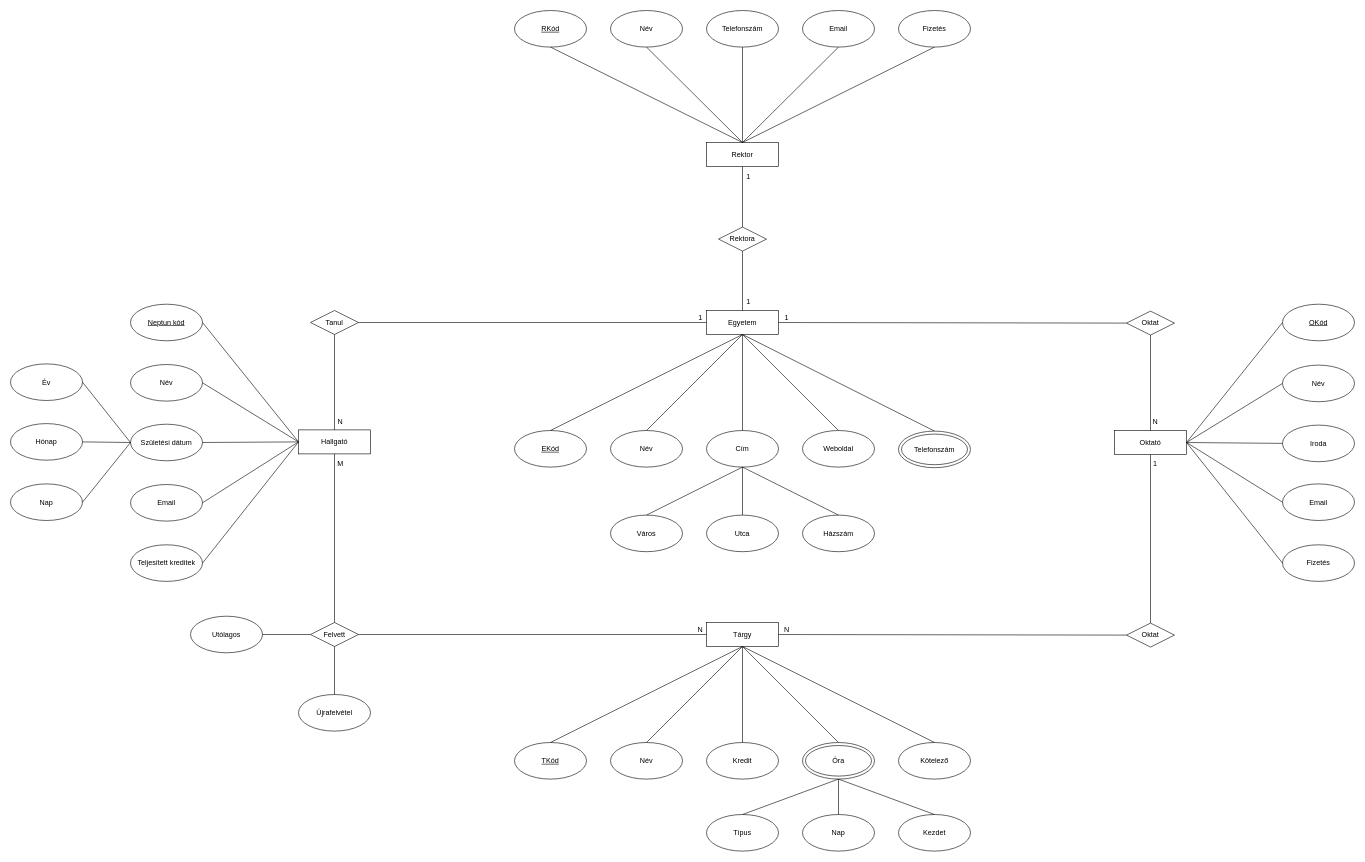
MihalyGergoOY6ICJ/OY6ICJWebXML keeps this draw.io diagram as OY6ICJ_XMLTask/1. feladat/OY6ICJ_ER.drawio. Above is the earlier version. Source tidied: cells renumbered, new cells numbered last; positions are measured from the earlier drawing's top-left corner, leaving out a move shared by most shapes. Both pictures are drawn from the tidied source at 60%, with x=0, y=0 at pixel (10, 10).
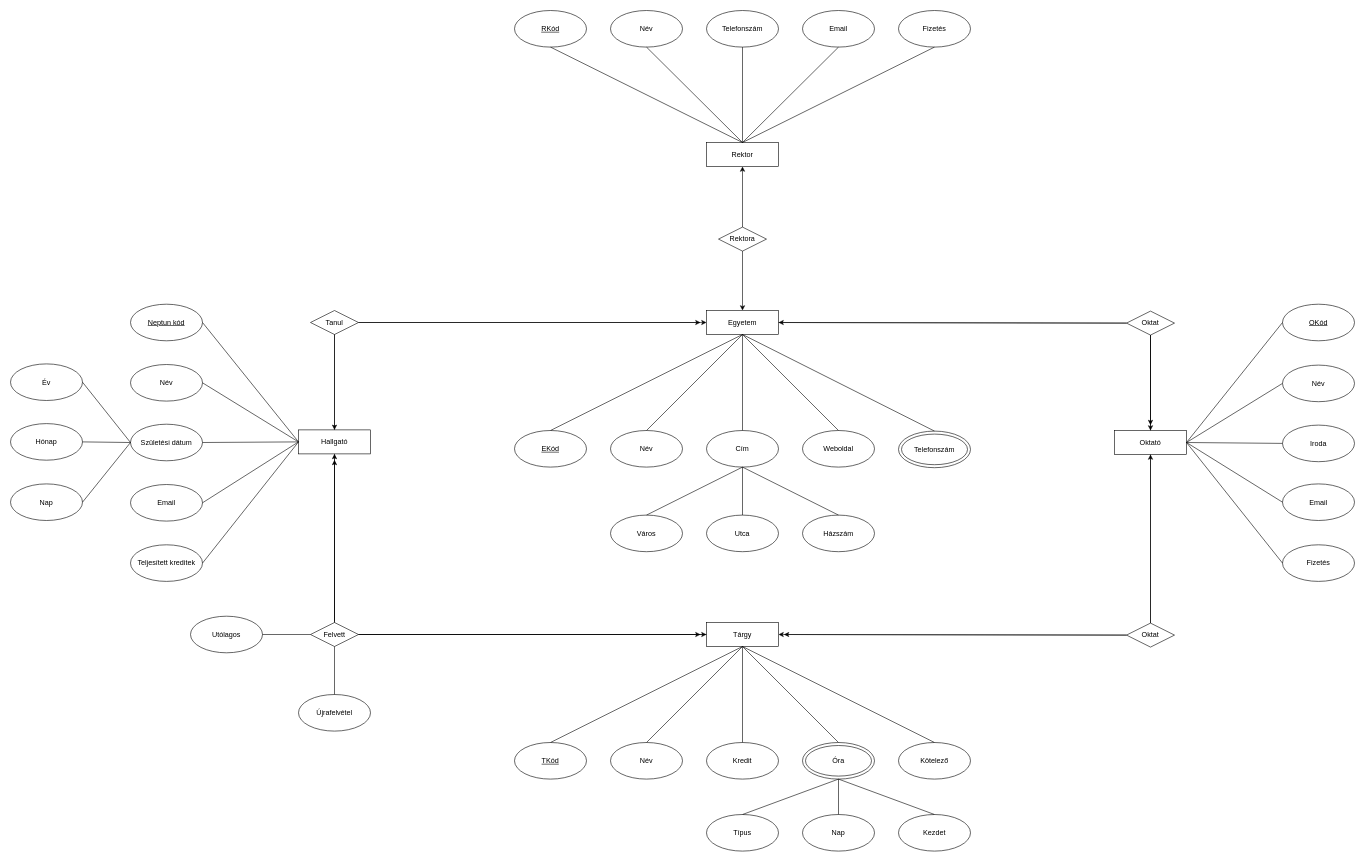
Above is the later version.

Commit message (it also covers changes not shown here):
fixed er, xdm, xsd

Unchanged cells that the change refers to:
```xml
<mxCell id="2" value="Hallgató" style="rounded=0;whiteSpace=wrap;html=1;" parent="1" vertex="1">
  <mxGeometry x="480" y="699" width="120" height="40" as="geometry" />
</mxCell>
<mxCell id="3" value="Tárgy" style="rounded=0;whiteSpace=wrap;html=1;" parent="1" vertex="1">
  <mxGeometry x="1160" y="1020" width="120" height="40" as="geometry" />
</mxCell>
<mxCell id="4" value="Felvett" style="rhombus;whiteSpace=wrap;html=1;" parent="1" vertex="1">
  <mxGeometry x="500" y="1020" width="80" height="40" as="geometry" />
</mxCell>
<mxCell id="9" value="Egyetem" style="rounded=0;whiteSpace=wrap;html=1;" parent="1" vertex="1">
  <mxGeometry x="1160" y="500" width="120" height="40" as="geometry" />
</mxCell>
<mxCell id="10" value="Tanul" style="rhombus;whiteSpace=wrap;html=1;" parent="1" vertex="1">
  <mxGeometry x="500" y="500" width="80" height="40" as="geometry" />
</mxCell>
<mxCell id="16" value="Oktató" style="rounded=0;whiteSpace=wrap;html=1;" parent="1" vertex="1">
  <mxGeometry x="1840" y="700" width="120" height="40" as="geometry" />
</mxCell>
<mxCell id="17" value="Oktat" style="rhombus;whiteSpace=wrap;html=1;" parent="1" vertex="1">
  <mxGeometry x="1860" y="501" width="80" height="40" as="geometry" />
</mxCell>
<mxCell id="18" value="Oktat" style="rhombus;whiteSpace=wrap;html=1;" parent="1" vertex="1">
  <mxGeometry x="1860" y="1021" width="80" height="40" as="geometry" />
</mxCell>
<mxCell id="26" value="Rektor" style="rounded=0;whiteSpace=wrap;html=1;" parent="1" vertex="1">
  <mxGeometry x="1160" y="220" width="120" height="40" as="geometry" />
</mxCell>
<mxCell id="27" value="Rektora" style="rhombus;whiteSpace=wrap;html=1;" parent="1" vertex="1">
  <mxGeometry x="1180" y="361" width="80" height="40" as="geometry" />
</mxCell>
```

Change to the diagram source:
```diff
@@
-    <mxCell id="7" value="N" style="text;html=1;whiteSpace=wrap;strokeColor=none;fillColor=none;align=center;verticalAlign=middle;rounded=0;" parent="1" vertex="1">
-      <mxGeometry x="1120" y="1018" width="60" height="30" as="geometry" />
-    </mxCell>
-    <mxCell id="8" value="M" style="text;html=1;whiteSpace=wrap;strokeColor=none;fillColor=none;align=center;verticalAlign=middle;rounded=0;" parent="1" vertex="1">
-      <mxGeometry x="520" y="740" width="60" height="30" as="geometry" />
-    </mxCell>
@@
-    <mxCell id="12" style="endArrow=none;html=1;rounded=0;exitX=1;exitY=0.5;exitDx=0;exitDy=0;entryX=0;entryY=0.5;entryDx=0;entryDy=0;" parent="1" edge="1" source="10" target="9">
-      <mxGeometry relative="1" as="geometry" />
-    </mxCell>
-    <mxCell id="13" value="N" style="text;html=1;whiteSpace=wrap;strokeColor=none;fillColor=none;align=center;verticalAlign=middle;rounded=0;" parent="1" vertex="1">
-      <mxGeometry x="520" y="670" width="60" height="30" as="geometry" />
-    </mxCell>
-    <mxCell id="14" value="1" style="text;html=1;whiteSpace=wrap;strokeColor=none;fillColor=none;align=center;verticalAlign=middle;rounded=0;" parent="1" vertex="1">
-      <mxGeometry x="1120" y="498" width="60" height="30" as="geometry" />
-    </mxCell>
@@
-    <mxCell id="21" style="endArrow=none;html=1;rounded=0;exitX=1;exitY=0.5;exitDx=0;exitDy=0;entryX=0;entryY=0.5;entryDx=0;entryDy=0;" parent="1" edge="1" source="3" target="18">
-      <mxGeometry relative="1" as="geometry" />
-    </mxCell>
-    <mxCell id="22" value="N" style="text;html=1;whiteSpace=wrap;strokeColor=none;fillColor=none;align=center;verticalAlign=middle;rounded=0;" parent="1" vertex="1">
-      <mxGeometry x="1264" y="1018" width="60" height="30" as="geometry" />
-    </mxCell>
-    <mxCell id="23" value="1" style="text;html=1;whiteSpace=wrap;strokeColor=none;fillColor=none;align=center;verticalAlign=middle;rounded=0;" parent="1" vertex="1">
-      <mxGeometry x="1878" y="741" width="60" height="30" as="geometry" />
-    </mxCell>
-    <mxCell id="24" value="1" style="text;html=1;whiteSpace=wrap;strokeColor=none;fillColor=none;align=center;verticalAlign=middle;rounded=0;" parent="1" vertex="1">
-      <mxGeometry x="1264" y="498" width="60" height="30" as="geometry" />
-    </mxCell>
-    <mxCell id="25" value="N" style="text;html=1;whiteSpace=wrap;strokeColor=none;fillColor=none;align=center;verticalAlign=middle;rounded=0;" parent="1" vertex="1">
-      <mxGeometry x="1878" y="671" width="60" height="30" as="geometry" />
-    </mxCell>
@@
-    <mxCell id="28" style="endArrow=none;html=1;rounded=0;entryX=0.5;entryY=1;entryDx=0;entryDy=0;exitX=0.5;exitY=0;exitDx=0;exitDy=0;" parent="1" edge="1" source="9" target="27">
-      <mxGeometry relative="1" as="geometry" />
-    </mxCell>
-    <mxCell id="29" style="endArrow=none;html=1;rounded=0;entryX=0.5;entryY=1;entryDx=0;entryDy=0;exitX=0.5;exitY=0;exitDx=0;exitDy=0;" parent="1" edge="1" source="27" target="26">
-      <mxGeometry relative="1" as="geometry" />
-    </mxCell>
-    <mxCell id="30" value="1" style="text;html=1;whiteSpace=wrap;strokeColor=none;fillColor=none;align=center;verticalAlign=middle;rounded=0;" parent="1" vertex="1">
-      <mxGeometry x="1200" y="471" width="60" height="30" as="geometry" />
-    </mxCell>
-    <mxCell id="31" value="1" style="text;html=1;whiteSpace=wrap;strokeColor=none;fillColor=none;align=center;verticalAlign=middle;rounded=0;" parent="1" vertex="1">
-      <mxGeometry x="1200" y="262" width="60" height="30" as="geometry" />
-    </mxCell>
@@
+    <mxCell id="29" style="endArrow=classic;html=1;rounded=0;entryX=0.5;entryY=1;entryDx=0;entryDy=0;exitX=0.5;exitY=0;exitDx=0;exitDy=0;" parent="1" edge="1" source="27" target="26">
+      <mxGeometry relative="1" as="geometry" />
+    </mxCell>
+    <mxCell id="106" style="endArrow=classic;html=1;rounded=0;entryX=0.5;entryY=0;entryDx=0;entryDy=0;exitX=0.5;exitY=1;exitDx=0;exitDy=0;" parent="1" edge="1" source="27" target="9">
+      <mxGeometry relative="1" as="geometry" />
+    </mxCell>
+    <mxCell id="12" style="endArrow=classic;html=1;rounded=0;exitX=1;exitY=0.5;exitDx=0;exitDy=0;entryX=0;entryY=0.5;entryDx=0;entryDy=0;" parent="1" edge="1" source="10" target="9">
+      <mxGeometry relative="1" as="geometry" />
+    </mxCell>
+    <mxCell id="107" style="endArrow=classic;html=1;rounded=0;exitX=0;exitY=0.5;exitDx=0;exitDy=0;entryX=1;entryY=0.5;entryDx=0;entryDy=0;" parent="1" edge="1" source="18" target="3">
+      <mxGeometry relative="1" as="geometry" />
+    </mxCell>
+    <mxCell id="108" style="endArrow=classic;html=1;rounded=0;exitX=0;exitY=0.5;exitDx=0;exitDy=0;" parent="1" edge="1" source="18">
+      <mxGeometry relative="1" as="geometry">
+        <mxPoint x="1289" y="1040" as="targetPoint" />
+      </mxGeometry>
+    </mxCell>
+    <mxCell id="109" style="endArrow=classic;html=1;rounded=0;exitX=0.5;exitY=0;exitDx=0;exitDy=0;entryX=0.5;entryY=1;entryDx=0;entryDy=0;" parent="1" edge="1" source="18" target="16">
+      <mxGeometry relative="1" as="geometry" />
+    </mxCell>
+    <mxCell id="110" style="endArrow=classic;html=1;rounded=0;exitX=1;exitY=0.5;exitDx=0;exitDy=0;" parent="1" edge="1" source="4">
+      <mxGeometry relative="1" as="geometry">
+        <mxPoint x="1160" y="1040" as="targetPoint" />
+      </mxGeometry>
+    </mxCell>
+    <mxCell id="111" style="endArrow=classic;html=1;rounded=0;exitX=1;exitY=0.5;exitDx=0;exitDy=0;" parent="1" edge="1" source="4">
+      <mxGeometry relative="1" as="geometry">
+        <mxPoint x="1150" y="1040" as="targetPoint" />
+      </mxGeometry>
+    </mxCell>
+    <mxCell id="112" style="endArrow=classic;html=1;rounded=0;exitX=0.5;exitY=0;exitDx=0;exitDy=0;entryX=0.5;entryY=1;entryDx=0;entryDy=0;" parent="1" edge="1" source="4" target="2">
+      <mxGeometry relative="1" as="geometry" />
+    </mxCell>
+    <mxCell id="113" style="endArrow=classic;html=1;rounded=0;exitX=0.5;exitY=0;exitDx=0;exitDy=0;" parent="1" edge="1">
+      <mxGeometry relative="1" as="geometry">
+        <mxPoint x="540" y="1018" as="sourcePoint" />
+        <mxPoint x="540" y="749" as="targetPoint" />
+      </mxGeometry>
+    </mxCell>
+    <mxCell id="114" style="endArrow=classic;html=1;rounded=0;exitX=0.5;exitY=1;exitDx=0;exitDy=0;entryX=0.5;entryY=0;entryDx=0;entryDy=0;" parent="1" edge="1" source="10" target="2">
+      <mxGeometry relative="1" as="geometry" />
+    </mxCell>
+    <mxCell id="115" style="endArrow=classic;html=1;rounded=0;exitX=1;exitY=0.5;exitDx=0;exitDy=0;" parent="1" edge="1" source="10">
+      <mxGeometry relative="1" as="geometry">
+        <mxPoint x="1150" y="520" as="targetPoint" />
+      </mxGeometry>
+    </mxCell>
+    <mxCell id="116" style="endArrow=classic;html=1;rounded=0;exitX=0.5;exitY=1;exitDx=0;exitDy=0;entryX=0.5;entryY=0;entryDx=0;entryDy=0;" parent="1" edge="1" source="17" target="16">
+      <mxGeometry relative="1" as="geometry" />
+    </mxCell>
+    <mxCell id="117" style="endArrow=classic;html=1;rounded=0;exitX=0.5;exitY=1;exitDx=0;exitDy=0;" parent="1" edge="1" source="17">
+      <mxGeometry relative="1" as="geometry">
+        <mxPoint x="1900" y="691" as="targetPoint" />
+      </mxGeometry>
+    </mxCell>
+    <mxCell id="118" style="endArrow=classic;html=1;rounded=0;entryX=1;entryY=0.5;entryDx=0;entryDy=0;exitX=0;exitY=0.5;exitDx=0;exitDy=0;" parent="1" edge="1" source="17" target="9">
+      <mxGeometry relative="1" as="geometry" />
+    </mxCell>
```
